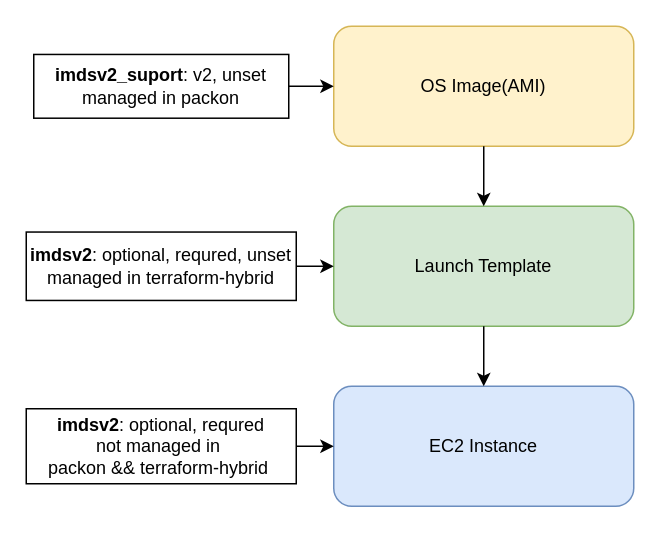
The draw.io diagram page "Page-1" (1 of 3) of aws-imdsv2-arch.drawio in YanshanSong/draw.io, before the edit. Source tidied: cells renumbered, new cells numbered last; positions are measured from the earlier drawing's top-left corner, leaving out a move shared by most shapes. Both pictures are drawn from the tidied source at 150%, with x=0, y=0 at pixel (26, 26).
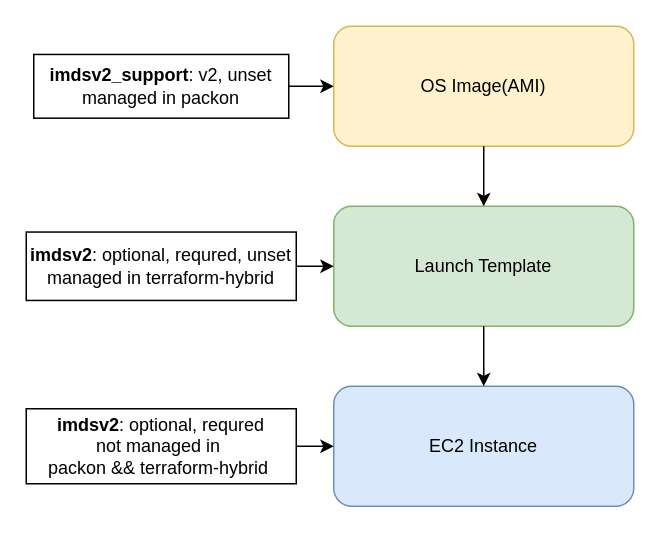
After the change.

What changed in the source:
```diff
@@
 <mxGraphModel>
   <root>
     <mxCell id="0" />
     <mxCell id="1" parent="0" />
     <mxCell id="2" value="OS Image(AMI)" style="rounded=1;whiteSpace=wrap;html=1;fillColor=#fff2cc;strokeColor=#d6b656;" parent="1" vertex="1">
       <mxGeometry x="205" width="200" height="80" as="geometry" />
     </mxCell>
     <mxCell id="3" value="Launch Template" style="rounded=1;whiteSpace=wrap;html=1;fillColor=#d5e8d4;strokeColor=#82b366;" parent="1" vertex="1">
       <mxGeometry x="205" y="120" width="200" height="80" as="geometry" />
     </mxCell>
     <mxCell id="4" value="EC2 Instance" style="rounded=1;whiteSpace=wrap;html=1;fillColor=#dae8fc;strokeColor=#6c8ebf;" parent="1" vertex="1">
       <mxGeometry x="205" y="240" width="200" height="80" as="geometry" />
     </mxCell>
     <mxCell id="5" style="endArrow=classic;html=1;rounded=0;exitX=0.5;exitY=1;exitDx=0;exitDy=0;entryX=0.5;entryY=0;entryDx=0;entryDy=0;" parent="1" edge="1" source="2" target="3">
       <mxGeometry relative="1" as="geometry" />
     </mxCell>
     <mxCell id="6" style="endArrow=classic;html=1;rounded=0;exitX=0.5;exitY=1;exitDx=0;exitDy=0;entryX=0.5;entryY=0;entryDx=0;entryDy=0;" parent="1" edge="1" source="3" target="4">
       <mxGeometry relative="1" as="geometry" />
     </mxCell>
-    <mxCell id="7" value="&lt;b&gt;imdsv2_suport&lt;/b&gt;: v2, unset&lt;div&gt;managed in packon&lt;/div&gt;" style="text;html=1;align=center;verticalAlign=middle;whiteSpace=wrap;rounded=0;fillColor=none;strokeColor=default;" parent="1" vertex="1">
+    <mxCell id="7" value="&lt;b&gt;imdsv2_support&lt;/b&gt;: v2, unset&lt;div&gt;managed in packon&lt;/div&gt;" style="text;html=1;align=center;verticalAlign=middle;whiteSpace=wrap;rounded=0;fillColor=none;strokeColor=default;" parent="1" vertex="1">
       <mxGeometry x="5" y="18.8" width="170" height="42.5" as="geometry" />
     </mxCell>
     <mxCell id="8" value="&lt;b&gt;imdsv2&lt;/b&gt;: optional, requred, unset&lt;div&gt;managed in terraform-hybrid&lt;/div&gt;" style="text;html=1;align=center;verticalAlign=middle;whiteSpace=wrap;rounded=0;fillColor=none;strokeColor=default;" parent="1" vertex="1">
       <mxGeometry y="137.2" width="180" height="45.6" as="geometry" />
     </mxCell>
     <mxCell id="9" value="&lt;b&gt;imdsv2&lt;/b&gt;: optional, requred&lt;div&gt;not managed in&amp;nbsp;&lt;/div&gt;&lt;div&gt;packon &amp;amp;&amp;amp; terraform-hybrid&amp;nbsp;&lt;/div&gt;" style="text;html=1;align=center;verticalAlign=middle;whiteSpace=wrap;rounded=0;fillColor=none;strokeColor=default;" parent="1" vertex="1">
       <mxGeometry y="255" width="180" height="50" as="geometry" />
     </mxCell>
     <mxCell id="10" style="endArrow=classic;html=1;rounded=0;exitX=1;exitY=0.5;exitDx=0;exitDy=0;entryX=0;entryY=0.5;entryDx=0;entryDy=0;" parent="1" edge="1" source="7" target="2">
       <mxGeometry relative="1" as="geometry" />
     </mxCell>
     <mxCell id="11" style="endArrow=classic;html=1;rounded=0;exitX=1;exitY=0.5;exitDx=0;exitDy=0;entryX=0;entryY=0.5;entryDx=0;entryDy=0;" parent="1" edge="1" source="8" target="3">
       <mxGeometry relative="1" as="geometry" />
     </mxCell>
     <mxCell id="12" style="endArrow=classic;html=1;rounded=0;exitX=1;exitY=0.5;exitDx=0;exitDy=0;entryX=0;entryY=0.5;entryDx=0;entryDy=0;" parent="1" edge="1" source="9" target="4">
       <mxGeometry relative="1" as="geometry" />
     </mxCell>
   </root>
 </mxGraphModel>
```
